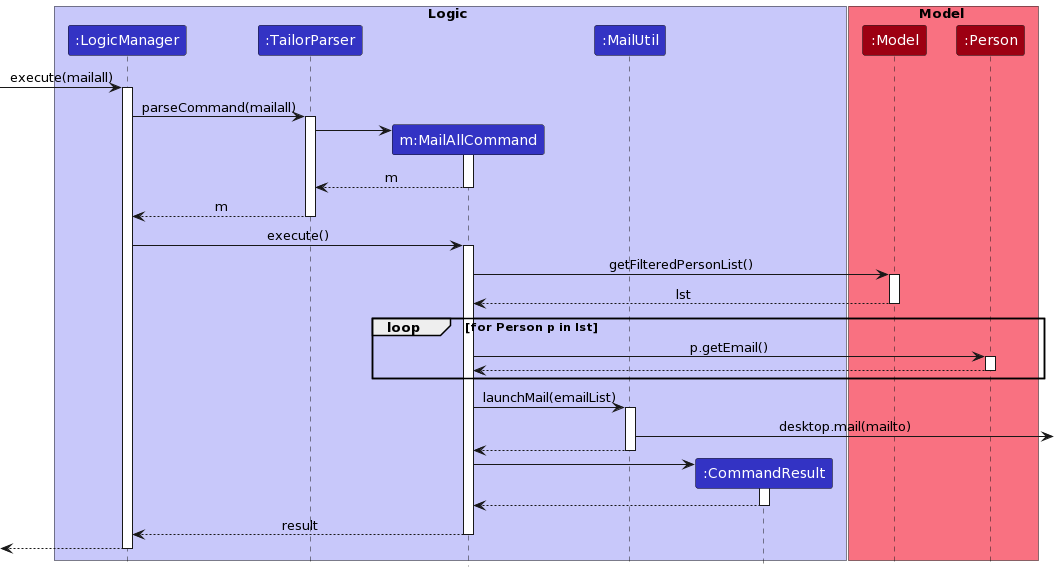
The PlantUML diagram docs/images/MailAllSequenceDiagram.png in s7manth/tp, before a commit.
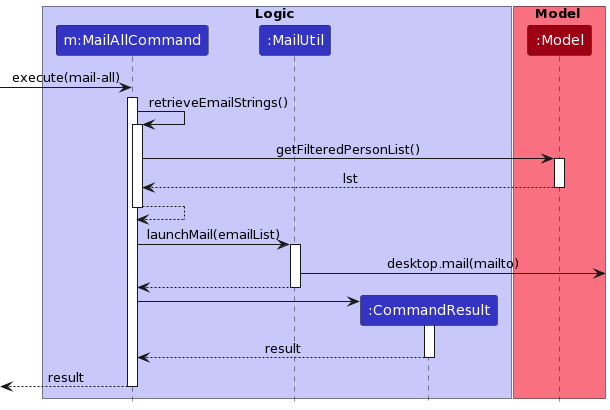
After the commit.

Commit message:
update parsing information in DG. Also correct set-default command's sequence diagram

Change to the diagram source:
```diff
@@ -73,70 +73,48 @@
 
 
 
-box Logic LOGIC_COLOR_T1
-participant ":LogicManager" as LogicManager LOGIC_COLOR
-participant ":TailorParser" as TailorParser LOGIC_COLOR
-participant "m:MailAllCommand" as MailAllCommand LOGIC_COLOR
-participant ":MailUtil" as MailUtil LOGIC_COLOR
-participant ":CommandResult" as CommandResult LOGIC_COLOR
-end box
+ box Logic LOGIC_COLOR_T1
+ participant "m:MailAllCommand" as MailAllCommand LOGIC_COLOR
+ participant ":MailUtil" as MailUtil LOGIC_COLOR
+ participant ":CommandResult" as CommandResult LOGIC_COLOR
+ end box
 
-box Model MODEL_COLOR_T1
-participant ":Model" as Model MODEL_COLOR
-participant ":Person" as Person MODEL_COLOR
-end box
+ box Model MODEL_COLOR_T1
+ participant ":Model" as Model MODEL_COLOR
+ end box
 
-[-> LogicManager : execute(mailall)
-activate LogicManager
 
-LogicManager -> TailorParser : parseCommand(mailall)
-activate TailorParser
+ create MailAllCommand
+ [-> MailAllCommand : execute(mail-all)
+ activate MailAllCommand
 
-create MailAllCommand
-TailorParser -> MailAllCommand
-activate MailAllCommand
+ MailAllCommand -> MailAllCommand : retrieveEmailStrings()
+ activate MailAllCommand
 
-MailAllCommand --> TailorParser : m
-deactivate MailAllCommand
+ MailAllCommand -> Model : getFilteredPersonList()
+ activate Model
 
-TailorParser --> LogicManager : m
-deactivate TailorParser
+ Model --> MailAllCommand : lst
+ deactivate Model
 
-LogicManager -> MailAllCommand : execute()
-activate MailAllCommand
+ MailAllCommand --> MailAllCommand
+ deactivate MailAllCommand
 
-MailAllCommand -> Model : getFilteredPersonList()
-activate Model
+ MailAllCommand -> MailUtil : launchMail(emailList)
+ activate MailUtil
 
-Model --> MailAllCommand : lst
-deactivate Model
+ MailUtil ->] : desktop.mail(mailto)
 
-loop for Person p in lst
-    MailAllCommand -> Person : p.getEmail()
-    activate Person
+ MailUtil --> MailAllCommand
+ deactivate MailUtil
 
-    Person --> MailAllCommand
-    deactivate Person
-end
+ create CommandResult
+ MailAllCommand -> CommandResult
+ activate CommandResult
 
-MailAllCommand -> MailUtil : launchMail(emailList)
-activate MailUtil
+ CommandResult --> MailAllCommand :result
+ deactivate CommandResult
 
-MailUtil ->] : desktop.mail(mailto)
-
-MailUtil --> MailAllCommand
-deactivate MailUtil
-
-create CommandResult
-MailAllCommand -> CommandResult
-activate CommandResult
-
-CommandResult --> MailAllCommand
-deactivate CommandResult
-
-MailAllCommand --> LogicManager : result
-deactivate MailAllCommand
-
-[<--LogicManager
-deactivate LogicManager
+ [<-- MailAllCommand : result
+ deactivate MailAllCommand
 @enduml
```
